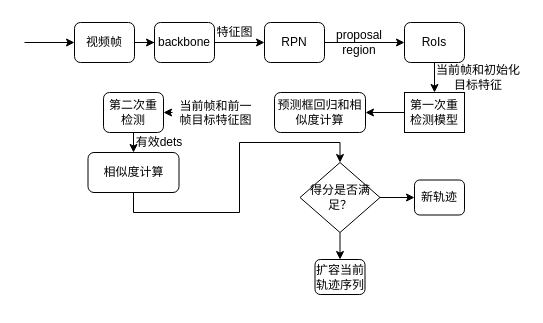
Before: TDLA跟踪序列关系图.drawio in paleblackless/diagrams, a draw.io diagram. Source tidied: cells renumbered, new cells numbered last; positions are measured from the earlier drawing's top-left corner, leaving out a move shared by most shapes. Both pictures are drawn from the tidied source at 100%, with x=0, y=0 at pixel (24, 17).
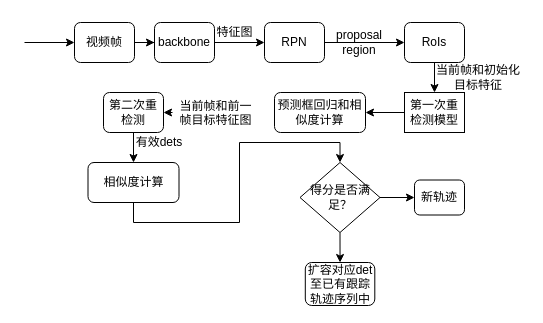
The same diagram, later.

Commit message (it also covers changes not shown here):
更新TDLA跟踪序列关系图.drawio

Change to the diagram source:
```diff
@@
     <mxCell id="20" value="相似度计算" style="rounded=1;whiteSpace=wrap;html=1;fontSize=12;glass=0;strokeWidth=1;shadow=0;" parent="1" vertex="1">
-      <mxGeometry x="63.5" y="135" width="91" height="40" as="geometry" />
+      <mxGeometry x="63.5" y="145" width="91" height="40" as="geometry" />
     </mxCell>
@@
-    <mxCell id="26" value="扩容当前轨迹序列" style="rounded=1;whiteSpace=wrap;html=1;fontSize=12;glass=0;strokeWidth=1;shadow=0;" parent="1" vertex="1">
-      <mxGeometry x="290.5" y="242" width="50" height="35" as="geometry" />
+    <mxCell id="26" value="扩容对应det至已有跟踪轨迹序列中" style="rounded=1;whiteSpace=wrap;html=1;fontSize=12;glass=0;strokeWidth=1;shadow=0;" parent="1" vertex="1">
+      <mxGeometry x="280.8" y="245" width="69.5" height="43" as="geometry" />
     </mxCell>
```
